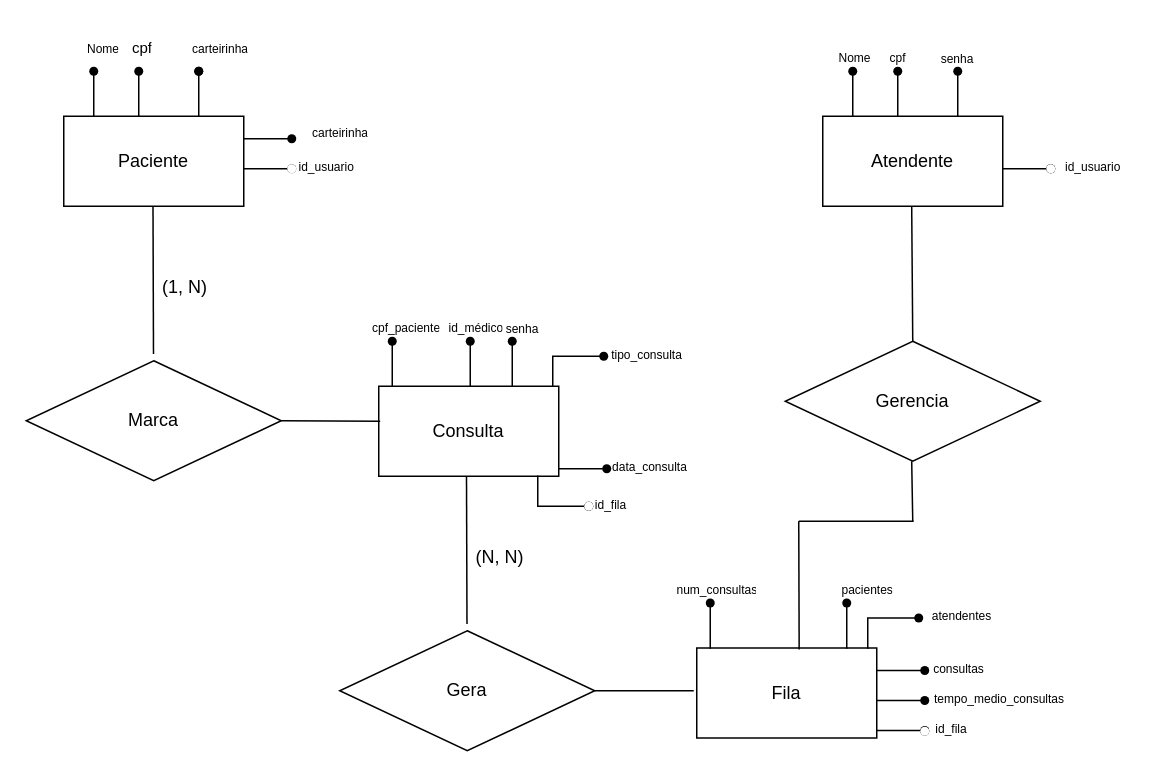
Scoorpioon/FastHealth keeps this draw.io diagram as DER.drawio. Above is the earlier version. Source tidied: cells renumbered, new cells numbered last; positions are measured from the earlier drawing's top-left corner, leaving out a move shared by most shapes. Both pictures are drawn from the tidied source at 150%, with x=0, y=0 at pixel (26, 26).
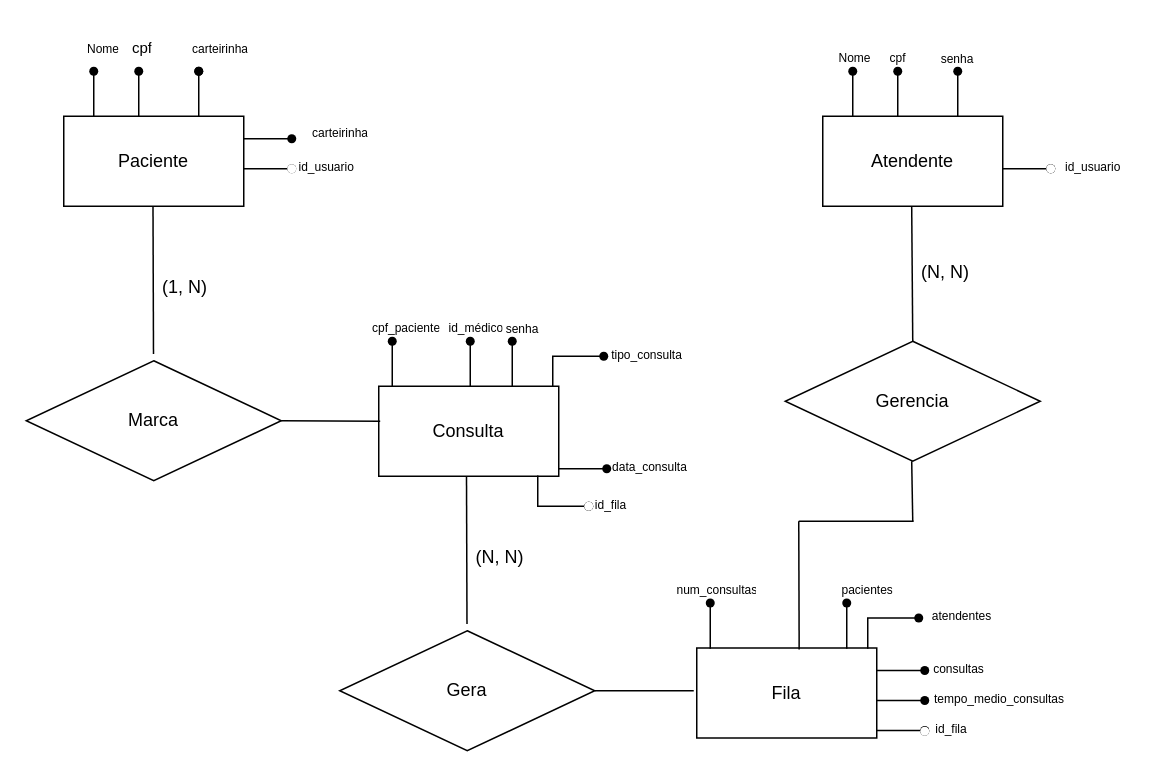
The same diagram, later.

Commit message:
Preenchimento de cardinalidade restante

The edit, as a diff of the source:
```diff
@@
+    <mxCell id="148" value="(N, N)" style="text;strokeColor=none;fillColor=none;spacingLeft=4;spacingRight=4;overflow=hidden;fontSize=12;whiteSpace=wrap;html=1;" parent="1" vertex="1">
+      <mxGeometry x="591" y="150" width="54" height="30" as="geometry" />
+    </mxCell>
```
